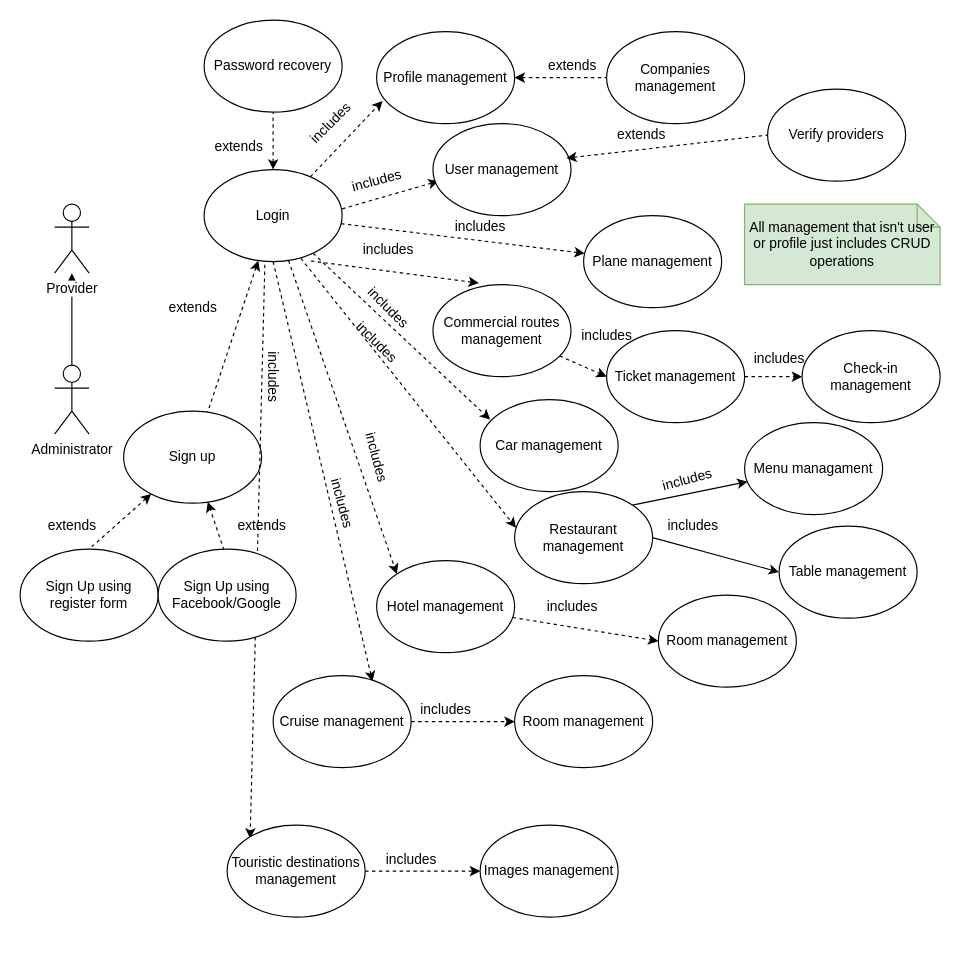
Before: Vacanze/Use cases.drawio in NeutronBlast/IS-Ex, a draw.io diagram. Source tidied: cells renumbered, new cells numbered last; positions are measured from the earlier drawing's top-left corner, leaving out a move shared by most shapes. Both pictures are drawn from the tidied source at 115%, with x=0, y=0 at pixel (20, 20).
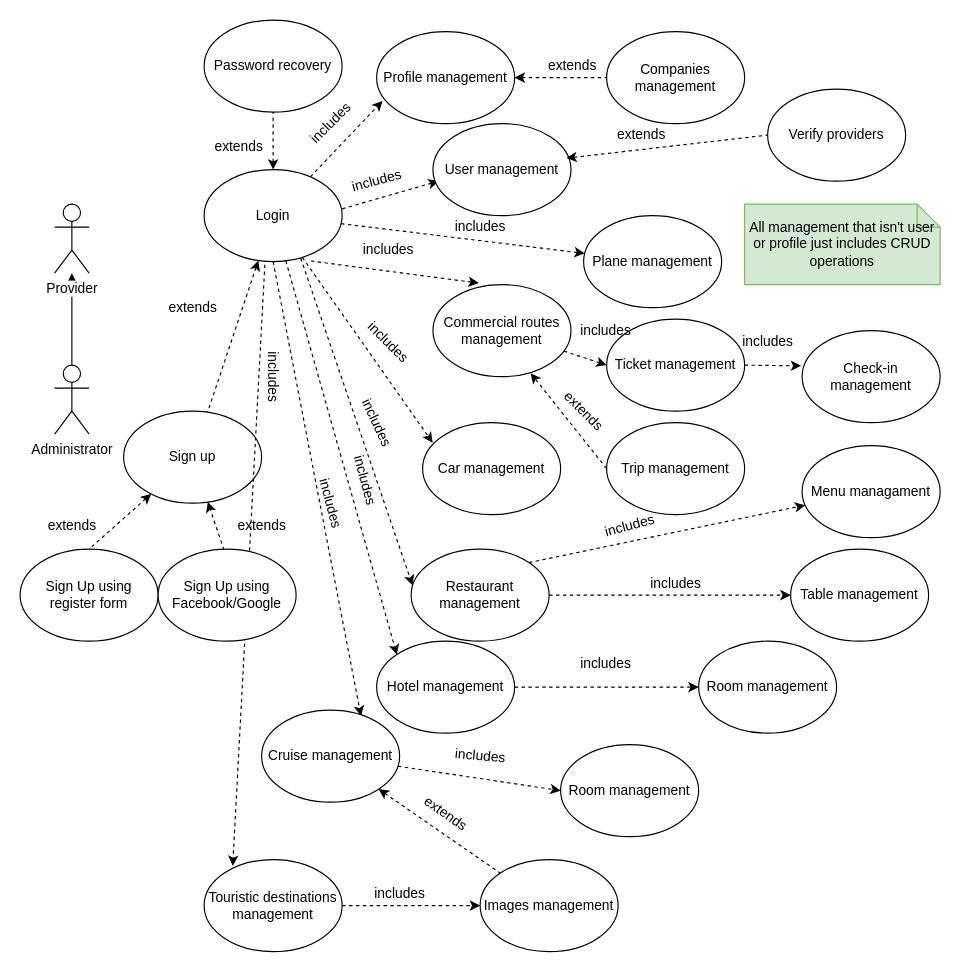
After the change.

Unchanged cells that the change refers to:
```xml
<mxCell id="13" value="Login" style="ellipse;whiteSpace=wrap;html=1;" parent="1" vertex="1">
  <mxGeometry x="160" y="130" width="120" height="80" as="geometry" />
</mxCell>
<mxCell id="27" value="Commercial routes management" style="ellipse;whiteSpace=wrap;html=1;" parent="1" vertex="1">
  <mxGeometry x="359" y="230" width="120" height="80" as="geometry" />
</mxCell>
<mxCell id="28" value="Check-in management" style="ellipse;whiteSpace=wrap;html=1;" parent="1" vertex="1">
  <mxGeometry x="680" y="270" width="120" height="80" as="geometry" />
</mxCell>
```

Change to the diagram source:
```diff
@@
-    <mxCell id="29" style="edgeStyle=none;rounded=0;jettySize=auto;html=1;exitX=1;exitY=0.5;exitDx=0;exitDy=0;entryX=0;entryY=0.5;entryDx=0;entryDy=0;dashed=1;startArrow=none;startFill=0;endArrow=classic;endFill=1;" parent="1" edge="1" source="30" target="28">
+    <mxCell id="29" style="edgeStyle=none;rounded=0;jettySize=auto;html=1;exitX=1;exitY=0.5;exitDx=0;exitDy=0;entryX=-0.007;entryY=0.383;entryDx=0;entryDy=0;dashed=1;startArrow=none;startFill=0;endArrow=classic;endFill=1;entryPerimeter=0;" parent="1" edge="1" source="30" target="28">
       <mxGeometry relative="1" as="geometry" />
     </mxCell>
     <mxCell id="30" value="Ticket management" style="ellipse;whiteSpace=wrap;html=1;" parent="1" vertex="1">
-      <mxGeometry x="510" y="270" width="120" height="80" as="geometry" />
+      <mxGeometry x="510" y="260" width="120" height="80" as="geometry" />
     </mxCell>
     <mxCell id="31" value="Car management" style="ellipse;whiteSpace=wrap;html=1;" parent="1" vertex="1">
-      <mxGeometry x="400" y="330" width="120" height="80" as="geometry" />
+      <mxGeometry x="350" y="350" width="120" height="80" as="geometry" />
     </mxCell>
@@
     <mxCell id="33" value="Hotel management" style="ellipse;whiteSpace=wrap;html=1;" parent="1" vertex="1">
-      <mxGeometry x="310" y="470" width="120" height="80" as="geometry" />
+      <mxGeometry x="310" y="540" width="120" height="80" as="geometry" />
     </mxCell>
-    <mxCell id="34" style="edgeStyle=orthogonalEdgeStyle;rounded=0;jettySize=auto;html=1;dashed=1;" parent="1" edge="1" source="35">
-      <mxGeometry relative="1" as="geometry">
-        <mxPoint x="430" y="610" as="targetPoint" />
-      </mxGeometry>
+    <mxCell id="34" style="rounded=0;jettySize=auto;html=1;dashed=1;entryX=0;entryY=0.5;entryDx=0;entryDy=0;" parent="1" edge="1" source="35" target="58">
+      <mxGeometry relative="1" as="geometry" />
     </mxCell>
     <mxCell id="35" value="Cruise management" style="ellipse;whiteSpace=wrap;html=1;" parent="1" vertex="1">
-      <mxGeometry x="220" y="570" width="120" height="80" as="geometry" />
+      <mxGeometry x="210" y="600" width="120" height="80" as="geometry" />
     </mxCell>
@@
     <mxCell id="38" value="includes" style="text;html=1;align=center;verticalAlign=middle;rotation=0;" parent="1" vertex="1">
-      <mxGeometry x="480" y="265" width="60" height="20" as="geometry" />
+      <mxGeometry x="479" y="260" width="60" height="20" as="geometry" />
     </mxCell>
     <mxCell id="39" value="includes" style="text;html=1;align=center;verticalAlign=middle;rotation=0;" parent="1" vertex="1">
-      <mxGeometry x="630" y="285" width="60" height="20" as="geometry" />
+      <mxGeometry x="620" y="270" width="60" height="20" as="geometry" />
     </mxCell>
     <mxCell id="40" value="includes" style="text;html=1;align=center;verticalAlign=middle;rotation=45;" parent="1" vertex="1">
-      <mxGeometry x="290" y="240" width="60" height="20" as="geometry" />
+      <mxGeometry x="290" y="270" width="60" height="20" as="geometry" />
     </mxCell>
-    <mxCell id="41" value="includes" style="text;html=1;align=center;verticalAlign=middle;rotation=45;" parent="1" vertex="1">
-      <mxGeometry x="280" y="270" width="60" height="20" as="geometry" />
+    <mxCell id="41" value="includes" style="text;html=1;align=center;verticalAlign=middle;rotation=65;" parent="1" vertex="1">
+      <mxGeometry x="280" y="340" width="60" height="20" as="geometry" />
     </mxCell>
     <mxCell id="42" value="includes" style="text;html=1;align=center;verticalAlign=middle;rotation=75;" parent="1" vertex="1">
-      <mxGeometry x="250" y="410" width="60" height="20" as="geometry" />
+      <mxGeometry x="240" y="410" width="60" height="20" as="geometry" />
     </mxCell>
-    <mxCell id="43" style="rounded=0;jettySize=auto;html=1;exitX=1;exitY=0.5;exitDx=0;exitDy=0;entryX=0;entryY=0.5;entryDx=0;entryDy=0;" parent="1" edge="1" source="45" target="60">
+    <mxCell id="43" style="rounded=0;jettySize=auto;html=1;exitX=1;exitY=0.5;exitDx=0;exitDy=0;entryX=0;entryY=0.5;entryDx=0;entryDy=0;dashed=1;" parent="1" edge="1" source="45" target="60">
       <mxGeometry relative="1" as="geometry" />
     </mxCell>
-    <mxCell id="44" style="rounded=0;jettySize=auto;html=1;exitX=1;exitY=0;exitDx=0;exitDy=0;startArrow=none;startFill=0;endArrow=classic;endFill=1;" parent="1" edge="1" source="45" target="69">
+    <mxCell id="44" style="rounded=0;jettySize=auto;html=1;exitX=1;exitY=0;exitDx=0;exitDy=0;startArrow=none;startFill=0;endArrow=classic;endFill=1;dashed=1;" parent="1" edge="1" source="45" target="69">
       <mxGeometry relative="1" as="geometry" />
     </mxCell>
     <mxCell id="45" value="Restaurant management" style="ellipse;whiteSpace=wrap;html=1;" parent="1" vertex="1">
-      <mxGeometry x="430" y="410" width="120" height="80" as="geometry" />
+      <mxGeometry x="340" y="460" width="120" height="80" as="geometry" />
     </mxCell>
     <mxCell id="46" value="includes" style="text;html=1;align=center;verticalAlign=middle;rotation=75;" parent="1" vertex="1">
-      <mxGeometry x="280" y="370" width="60" height="20" as="geometry" />
+      <mxGeometry x="270" y="390" width="60" height="20" as="geometry" />
     </mxCell>
@@
-    <mxCell id="51" value="includes" style="text;html=1;align=center;verticalAlign=middle;" parent="1" vertex="1">
-      <mxGeometry x="450" y="500" width="60" height="20" as="geometry" />
+    <mxCell id="51" value="includes" style="text;html=1;align=center;verticalAlign=middle;rotation=5;" parent="1" vertex="1">
+      <mxGeometry x="370" y="630" width="60" height="20" as="geometry" />
     </mxCell>
     <mxCell id="52" value="Room management" style="ellipse;whiteSpace=wrap;html=1;" parent="1" vertex="1">
-      <mxGeometry x="555" y="500" width="120" height="80" as="geometry" />
+      <mxGeometry x="590" y="540" width="120" height="80" as="geometry" />
     </mxCell>
@@
     <mxCell id="57" value="includes" style="text;html=1;align=center;verticalAlign=middle;" parent="1" vertex="1">
-      <mxGeometry x="340" y="590" width="60" height="20" as="geometry" />
+      <mxGeometry x="479" y="550" width="60" height="20" as="geometry" />
     </mxCell>
     <mxCell id="58" value="Room management" style="ellipse;whiteSpace=wrap;html=1;" parent="1" vertex="1">
-      <mxGeometry x="430" y="570" width="120" height="80" as="geometry" />
+      <mxGeometry x="470" y="630" width="120" height="80" as="geometry" />
     </mxCell>
     <mxCell id="59" value="includes" style="text;html=1;align=center;verticalAlign=middle;" parent="1" vertex="1">
-      <mxGeometry x="555" y="430" width="60" height="20" as="geometry" />
+      <mxGeometry x="540" y="480" width="60" height="20" as="geometry" />
     </mxCell>
     <mxCell id="60" value="Table management" style="ellipse;whiteSpace=wrap;html=1;" parent="1" vertex="1">
-      <mxGeometry x="660" y="440" width="120" height="80" as="geometry" />
+      <mxGeometry x="670" y="460" width="120" height="80" as="geometry" />
     </mxCell>
-    <mxCell id="61" style="edgeStyle=none;rounded=0;jettySize=auto;html=1;exitX=0.44;exitY=1.033;exitDx=0;exitDy=0;dashed=1;startArrow=none;startFill=0;endArrow=classic;endFill=1;exitPerimeter=0;" parent="1" edge="1" source="13">
-      <mxGeometry relative="1" as="geometry">
-        <mxPoint x="200" y="711.6" as="targetPoint" />
-      </mxGeometry>
+    <mxCell id="61" style="edgeStyle=none;rounded=0;jettySize=auto;html=1;exitX=0.44;exitY=1.033;exitDx=0;exitDy=0;dashed=1;startArrow=none;startFill=0;endArrow=classic;endFill=1;exitPerimeter=0;entryX=0.207;entryY=0.068;entryDx=0;entryDy=0;entryPerimeter=0;" parent="1" edge="1" source="13" target="65">
+      <mxGeometry relative="1" as="geometry" />
     </mxCell>
@@
-    <mxCell id="64" style="edgeStyle=orthogonalEdgeStyle;rounded=0;jettySize=auto;html=1;dashed=1;" parent="1" edge="1" source="65">
-      <mxGeometry relative="1" as="geometry">
-        <mxPoint x="400" y="740" as="targetPoint" />
-      </mxGeometry>
+    <mxCell id="64" style="rounded=0;jettySize=auto;html=1;dashed=1;entryX=0;entryY=0.5;entryDx=0;entryDy=0;" parent="1" edge="1" source="65" target="66">
+      <mxGeometry relative="1" as="geometry" />
     </mxCell>
     <mxCell id="65" value="Touristic destinations management" style="ellipse;whiteSpace=wrap;html=1;" parent="1" vertex="1">
-      <mxGeometry x="180" y="700" width="120" height="80" as="geometry" />
+      <mxGeometry x="160" y="730" width="120" height="80" as="geometry" />
     </mxCell>
     <mxCell id="66" value="Images management" style="ellipse;whiteSpace=wrap;html=1;" parent="1" vertex="1">
-      <mxGeometry x="400" y="700" width="120" height="80" as="geometry" />
+      <mxGeometry x="400" y="730" width="120" height="80" as="geometry" />
     </mxCell>
     <mxCell id="67" value="includes" style="text;html=1;align=center;verticalAlign=middle;" parent="1" vertex="1">
-      <mxGeometry x="310" y="720" width="60" height="20" as="geometry" />
+      <mxGeometry x="300" y="750" width="60" height="20" as="geometry" />
     </mxCell>
     <mxCell id="68" value="includes" style="text;html=1;align=center;verticalAlign=middle;rotation=-15;" parent="1" vertex="1">
-      <mxGeometry x="550" y="390" width="60" height="20" as="geometry" />
+      <mxGeometry x="500" y="430" width="60" height="20" as="geometry" />
     </mxCell>
     <mxCell id="69" value="Menu managament" style="ellipse;whiteSpace=wrap;html=1;" parent="1" vertex="1">
-      <mxGeometry x="630" y="350" width="120" height="80" as="geometry" />
+      <mxGeometry x="680" y="370" width="120" height="80" as="geometry" />
     </mxCell>
@@
+    <mxCell id="73" style="rounded=0;jettySize=auto;html=1;dashed=1;entryX=0;entryY=0;entryDx=0;entryDy=0;endArrow=none;endFill=0;startArrow=classic;startFill=1;" parent="1" edge="1" source="35" target="66">
+      <mxGeometry relative="1" as="geometry" />
+    </mxCell>
+    <mxCell id="74" value="extends" style="text;html=1;align=center;verticalAlign=middle;rotation=35;" parent="1" vertex="1">
+      <mxGeometry x="340" y="680" width="60" height="20" as="geometry" />
+    </mxCell>
+    <mxCell id="75" style="edgeStyle=none;rounded=0;jettySize=auto;html=1;exitX=0;exitY=0.5;exitDx=0;exitDy=0;entryX=0.708;entryY=0.963;entryDx=0;entryDy=0;entryPerimeter=0;dashed=1;" parent="1" edge="1" source="76" target="27">
+      <mxGeometry relative="1" as="geometry" />
+    </mxCell>
+    <mxCell id="76" value="Trip management" style="ellipse;whiteSpace=wrap;html=1;" parent="1" vertex="1">
+      <mxGeometry x="510" y="350" width="120" height="80" as="geometry" />
+    </mxCell>
+    <mxCell id="77" value="extends" style="text;html=1;align=center;verticalAlign=middle;rotation=45;" parent="1" vertex="1">
+      <mxGeometry x="460" y="330" width="60" height="20" as="geometry" />
+    </mxCell>
```
